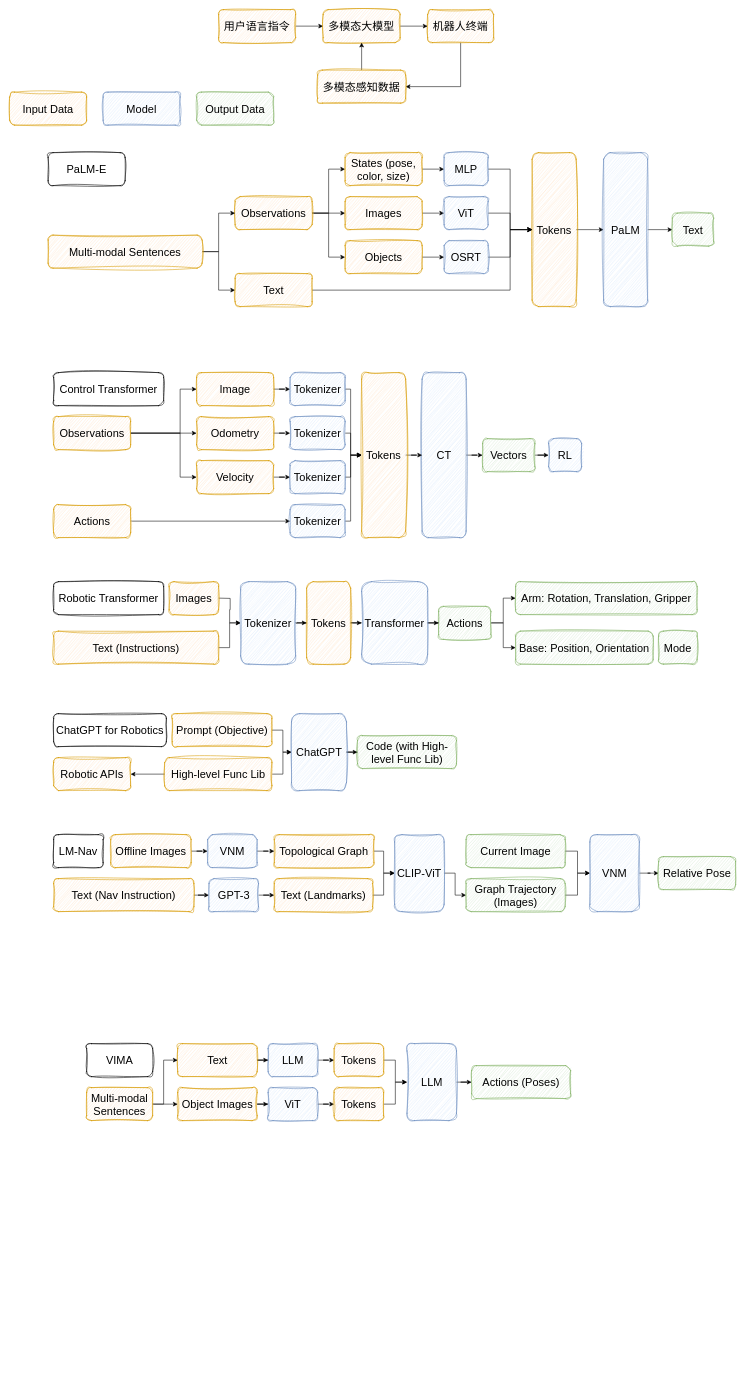
ZiliangMiao/Multimodal_Large_Language_Model_Research keeps this draw.io diagram as Untitled Diagram.drawio. Above is the earlier version. Source tidied: cells renumbered, new cells numbered last; positions are measured from the earlier drawing's top-left corner, leaving out a move shared by most shapes. Both pictures are drawn from the tidied source at 55%, with x=0, y=0 at pixel (9, 9).
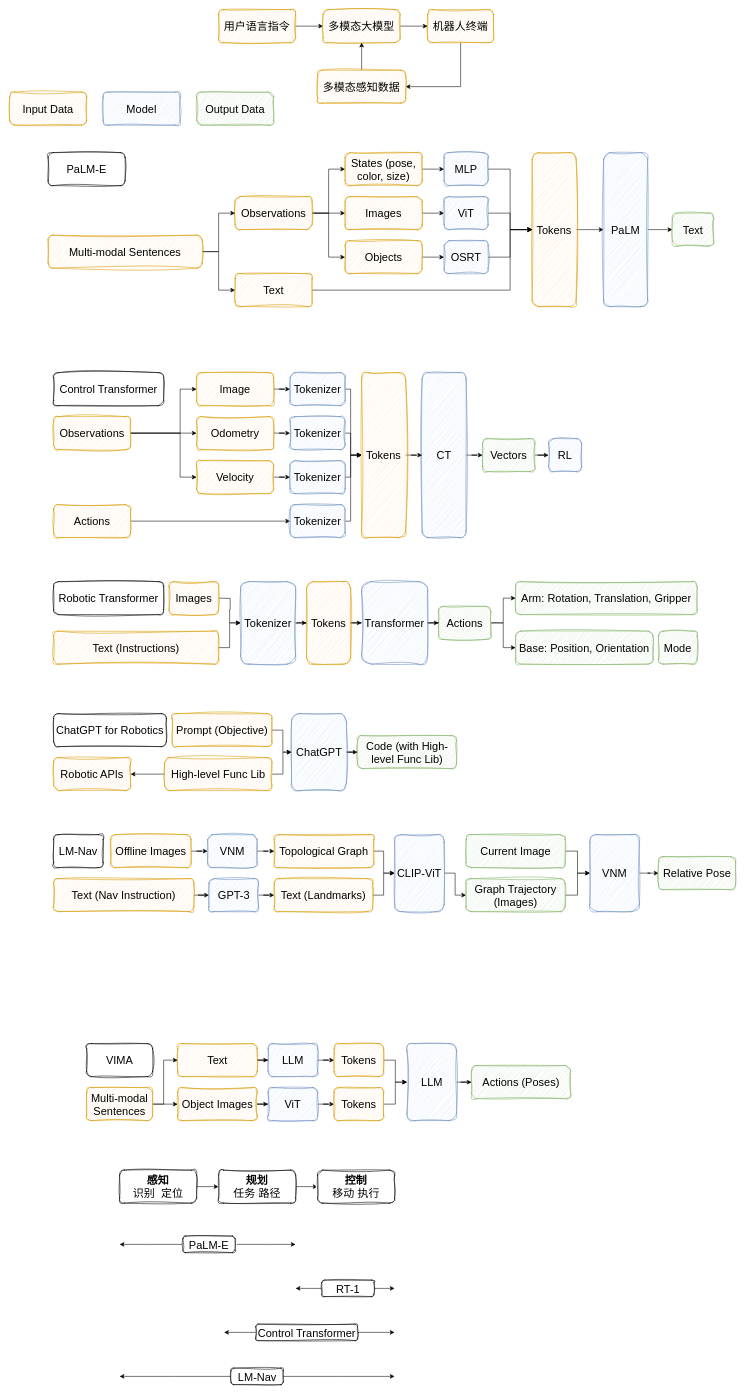
The same page after the edit.

Change to the diagram source:
```diff
@@
+    <mxCell id="136" style="edgeStyle=orthogonalEdgeStyle;rounded=0;jettySize=auto;html=1;" parent="1" edge="1" source="137" target="139">
+      <mxGeometry relative="1" as="geometry" />
+    </mxCell>
+    <mxCell id="137" value="&lt;font style=&quot;font-size: 20px;&quot;&gt;&lt;b&gt;感知&lt;/b&gt;&lt;br&gt;识别&amp;nbsp; 定位&lt;br&gt;&lt;/font&gt;" style="rounded=1;whiteSpace=wrap;html=1;sketch=1;curveFitting=1;jiggle=2;" parent="1" vertex="1">
+      <mxGeometry x="200" y="2110" width="140" height="60" as="geometry" />
+    </mxCell>
+    <mxCell id="138" style="edgeStyle=orthogonalEdgeStyle;rounded=0;jettySize=auto;html=1;" parent="1" edge="1" source="139" target="140">
+      <mxGeometry relative="1" as="geometry" />
+    </mxCell>
+    <mxCell id="139" value="&lt;font style=&quot;font-size: 20px;&quot;&gt;&lt;b&gt;规划&lt;/b&gt;&lt;br&gt;任务 路径&lt;br&gt;&lt;/font&gt;" style="rounded=1;whiteSpace=wrap;html=1;sketch=1;curveFitting=1;jiggle=2;" parent="1" vertex="1">
+      <mxGeometry x="380" y="2110" width="140" height="60" as="geometry" />
+    </mxCell>
+    <mxCell id="140" value="&lt;font style=&quot;font-size: 20px;&quot;&gt;&lt;b&gt;控制&lt;/b&gt;&lt;br&gt;移动 执行&lt;br&gt;&lt;/font&gt;" style="rounded=1;whiteSpace=wrap;html=1;sketch=1;curveFitting=1;jiggle=2;" parent="1" vertex="1">
+      <mxGeometry x="560" y="2110" width="140" height="60" as="geometry" />
+    </mxCell>
+    <mxCell id="141" style="edgeStyle=orthogonalEdgeStyle;rounded=0;jettySize=auto;html=1;" parent="1" edge="1" source="143">
+      <mxGeometry relative="1" as="geometry">
+        <mxPoint x="200" y="2245" as="targetPoint" />
+      </mxGeometry>
+    </mxCell>
+    <mxCell id="142" style="edgeStyle=orthogonalEdgeStyle;rounded=0;jettySize=auto;html=1;" parent="1" edge="1" source="143">
+      <mxGeometry relative="1" as="geometry">
+        <mxPoint x="520" y="2245" as="targetPoint" />
+      </mxGeometry>
+    </mxCell>
+    <mxCell id="143" value="&lt;font style=&quot;font-size: 20px;&quot;&gt;PaLM-E&lt;/font&gt;" style="rounded=1;whiteSpace=wrap;html=1;sketch=1;curveFitting=1;jiggle=2;" parent="1" vertex="1">
+      <mxGeometry x="315" y="2230" width="95" height="30" as="geometry" />
+    </mxCell>
+    <mxCell id="144" style="edgeStyle=orthogonalEdgeStyle;rounded=0;jettySize=auto;html=1;" parent="1" edge="1" source="146">
+      <mxGeometry relative="1" as="geometry">
+        <mxPoint x="520" y="2325" as="targetPoint" />
+      </mxGeometry>
+    </mxCell>
+    <mxCell id="145" style="edgeStyle=orthogonalEdgeStyle;rounded=0;jettySize=auto;html=1;" parent="1" edge="1" source="146">
+      <mxGeometry relative="1" as="geometry">
+        <mxPoint x="700" y="2325" as="targetPoint" />
+      </mxGeometry>
+    </mxCell>
+    <mxCell id="146" value="&lt;font style=&quot;font-size: 20px;&quot;&gt;RT-1&lt;/font&gt;" style="rounded=1;whiteSpace=wrap;html=1;sketch=1;curveFitting=1;jiggle=2;" parent="1" vertex="1">
+      <mxGeometry x="567.5" y="2310" width="95" height="30" as="geometry" />
+    </mxCell>
+    <mxCell id="147" style="edgeStyle=orthogonalEdgeStyle;rounded=0;jettySize=auto;html=1;" parent="1" edge="1" source="149">
+      <mxGeometry relative="1" as="geometry">
+        <mxPoint x="700" y="2405" as="targetPoint" />
+      </mxGeometry>
+    </mxCell>
+    <mxCell id="148" style="edgeStyle=orthogonalEdgeStyle;rounded=0;jettySize=auto;html=1;" parent="1" edge="1" source="149">
+      <mxGeometry relative="1" as="geometry">
+        <mxPoint x="390" y="2405" as="targetPoint" />
+      </mxGeometry>
+    </mxCell>
+    <mxCell id="149" value="&lt;span style=&quot;font-size: 20px;&quot;&gt;Control Transformer&lt;/span&gt;" style="rounded=1;whiteSpace=wrap;html=1;sketch=1;curveFitting=1;jiggle=2;" parent="1" vertex="1">
+      <mxGeometry x="447.5" y="2390" width="185" height="30" as="geometry" />
+    </mxCell>
+    <mxCell id="150" style="edgeStyle=orthogonalEdgeStyle;rounded=0;jettySize=auto;html=1;" parent="1" edge="1" source="152">
+      <mxGeometry relative="1" as="geometry">
+        <mxPoint x="200" y="2485" as="targetPoint" />
+      </mxGeometry>
+    </mxCell>
+    <mxCell id="151" style="edgeStyle=orthogonalEdgeStyle;rounded=0;jettySize=auto;html=1;" parent="1" edge="1" source="152">
+      <mxGeometry relative="1" as="geometry">
+        <mxPoint x="700" y="2485" as="targetPoint" />
+      </mxGeometry>
+    </mxCell>
+    <mxCell id="152" value="&lt;font style=&quot;font-size: 20px;&quot;&gt;LM-Nav&lt;/font&gt;" style="rounded=1;whiteSpace=wrap;html=1;sketch=1;curveFitting=1;jiggle=2;" parent="1" vertex="1">
+      <mxGeometry x="402.5" y="2470" width="95" height="30" as="geometry" />
+    </mxCell>
```
